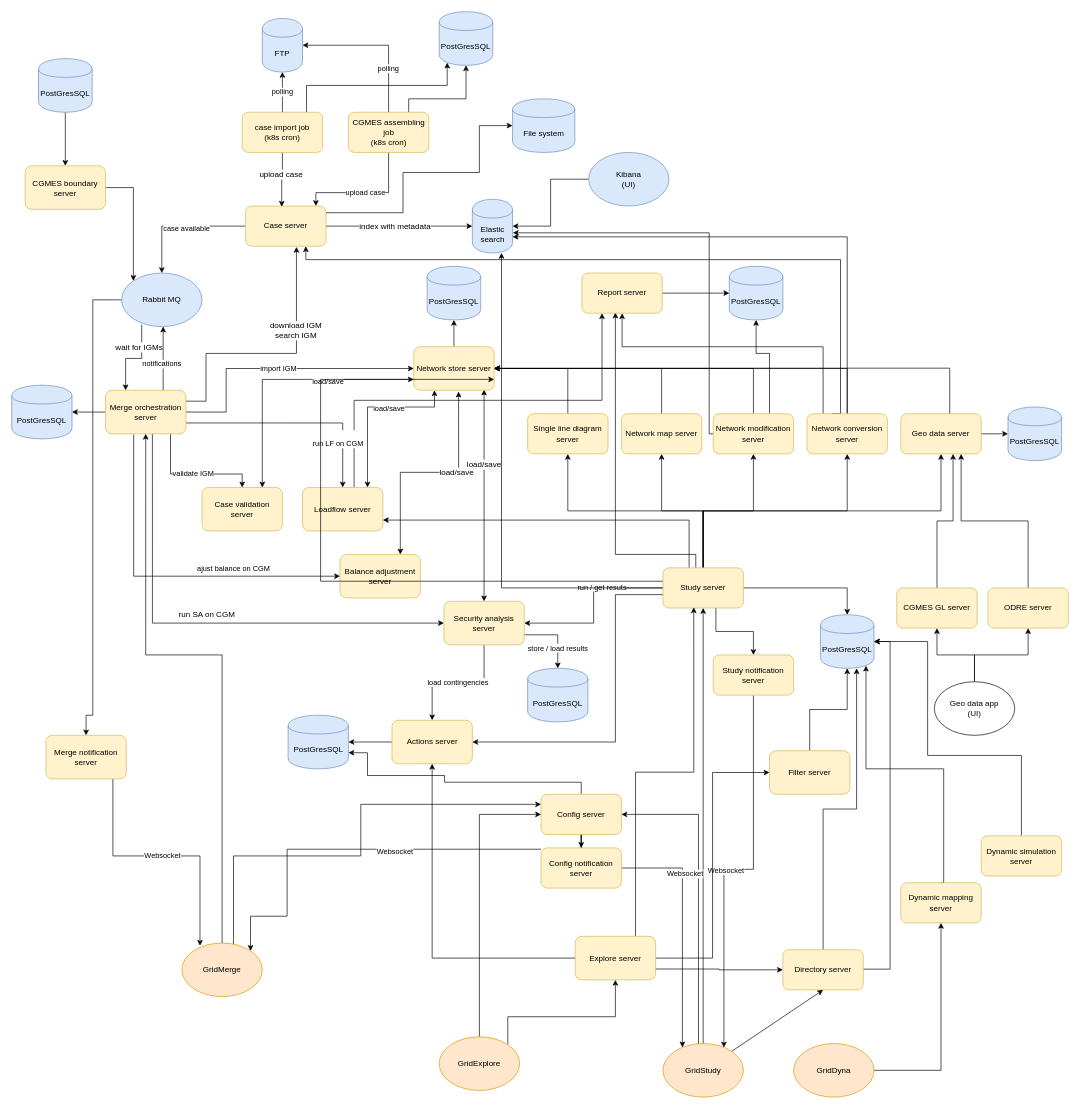
This is diagrams/gridsuite_architecture.drawio from gridsuite/documentation, a draw.io file, before an edit. Source tidied: cells renumbered, new cells numbered last; positions are measured from the earlier drawing's top-left corner, leaving out a move shared by most shapes. Both pictures are drawn from the tidied source at 67%, with x=0, y=0 at pixel (11, 11).
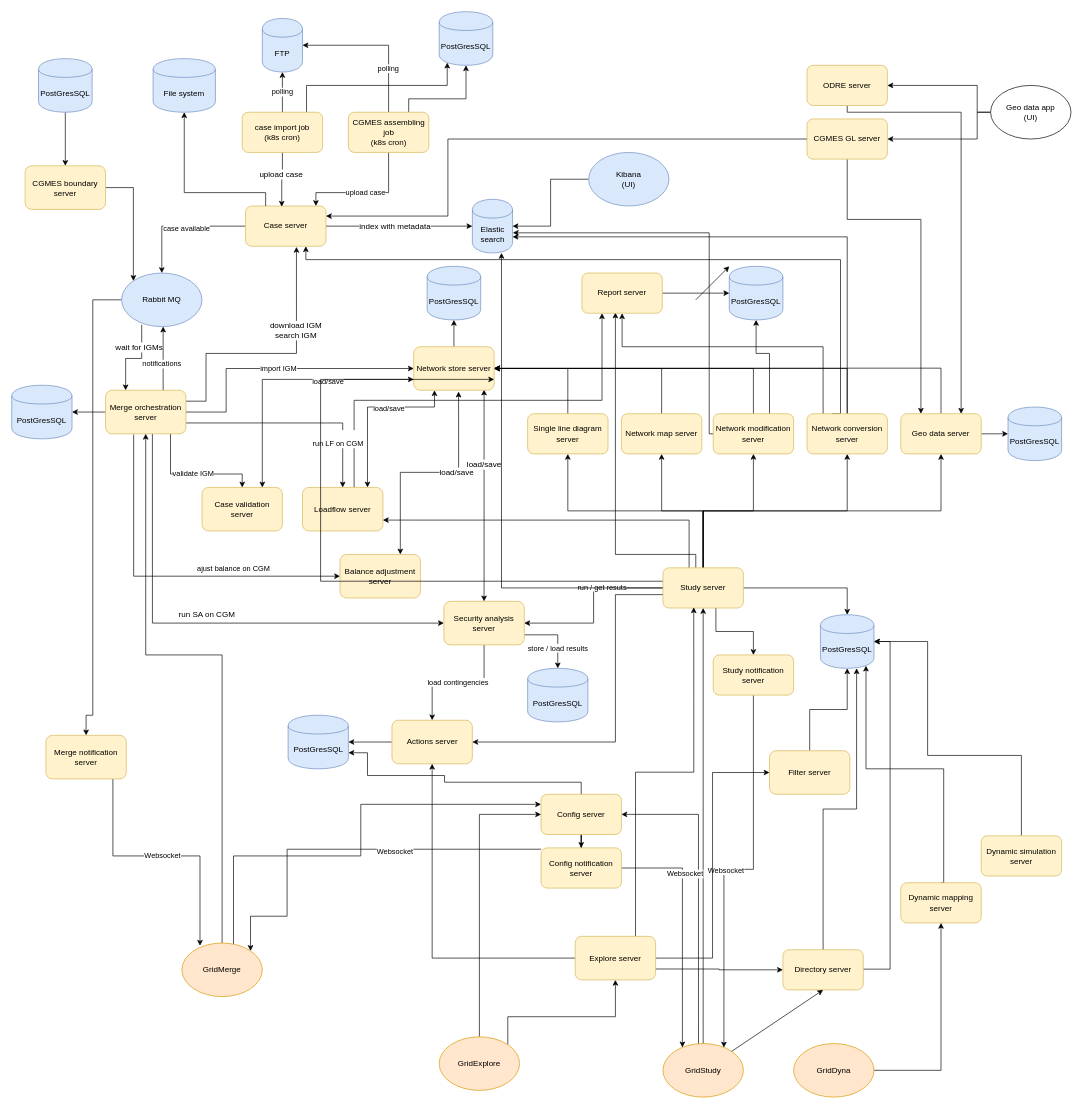
The same page after the edit.

Commit message (it also covers changes not shown here):
docs(): Maj diagram with link between CGMES GL server and case server.

The change refers to these unchanged cells:
```xml
<mxCell id="8" value="Case server" style="rounded=1;whiteSpace=wrap;html=1;fillColor=#fff2cc;strokeColor=#d6b656;" parent="1" vertex="1">
  <mxGeometry x="349" y="290" width="120" height="60" as="geometry" />
</mxCell>
<mxCell id="92" value="Geo data server" style="rounded=1;whiteSpace=wrap;html=1;fillColor=#fff2cc;strokeColor=#d6b656;" parent="1" vertex="1">
  <mxGeometry x="1327" y="600" width="120" height="60" as="geometry" />
</mxCell>
```

The edit, as a diff of the source:
```diff
@@
-    <mxCell id="7" style="edgeStyle=orthogonalEdgeStyle;rounded=0;jettySize=auto;html=1;entryX=0;entryY=0.5;entryDx=0;entryDy=0;" parent="1" edge="1" source="8" target="104">
-      <mxGeometry relative="1" as="geometry">
-        <Array as="points">
-          <mxPoint x="584" y="300" />
-          <mxPoint x="584" y="240" />
-          <mxPoint x="698" y="240" />
-          <mxPoint x="698" y="170" />
-        </Array>
-      </mxGeometry>
-    </mxCell>
@@
-    <mxCell id="90" style="edgeStyle=orthogonalEdgeStyle;rounded=0;orthogonalLoop=1;jettySize=auto;html=1;exitX=0.5;exitY=0;exitDx=0;exitDy=0;" parent="1" edge="1">
+    <mxCell id="90" style="edgeStyle=orthogonalEdgeStyle;rounded=0;jettySize=auto;html=1;exitX=0.5;exitY=0;exitDx=0;exitDy=0;" parent="1" edge="1" source="92">
       <mxGeometry relative="1" as="geometry">
-        <mxPoint x="1400" y="602" as="sourcePoint" />
         <mxPoint x="720" y="532" as="targetPoint" />
         <Array as="points">
-          <mxPoint x="1400" y="532" />
+          <mxPoint x="1387" y="532" />
         </Array>
       </mxGeometry>
     </mxCell>
@@
-    <mxCell id="94" style="edgeStyle=orthogonalEdgeStyle;rounded=0;jettySize=auto;html=1;entryX=0.65;entryY=1;entryDx=0;entryDy=0;entryPerimeter=0;" parent="1" edge="1" source="95" target="92">
-      <mxGeometry relative="1" as="geometry" />
+    <mxCell id="94" style="edgeStyle=orthogonalEdgeStyle;rounded=0;jettySize=auto;html=1;entryX=0.25;entryY=0;entryDx=0;entryDy=0;exitX=0.5;exitY=1;exitDx=0;exitDy=0;" parent="1" edge="1" source="95" target="92">
+      <mxGeometry relative="1" as="geometry">
+        <Array as="points">
+          <mxPoint x="1247" y="310" />
+          <mxPoint x="1357" y="310" />
+        </Array>
+      </mxGeometry>
     </mxCell>
+    <mxCell id="152" style="edgeStyle=orthogonalEdgeStyle;rounded=0;jettySize=auto;html=1;exitX=0;exitY=0.5;exitDx=0;exitDy=0;entryX=1;entryY=0.25;entryDx=0;entryDy=0;" parent="1" edge="1" source="95" target="8">
+      <mxGeometry relative="1" as="geometry">
+        <Array as="points">
+          <mxPoint x="651" y="190" />
+          <mxPoint x="651" y="305" />
+        </Array>
+      </mxGeometry>
+    </mxCell>
     <mxCell id="95" value="CGMES GL server" style="rounded=1;whiteSpace=wrap;html=1;fillColor=#fff2cc;strokeColor=#d6b656;" parent="1" vertex="1">
-      <mxGeometry x="1321" y="860" width="120" height="60" as="geometry" />
+      <mxGeometry x="1187" y="160" width="120" height="60" as="geometry" />
     </mxCell>
-    <mxCell id="96" style="edgeStyle=orthogonalEdgeStyle;rounded=0;jettySize=auto;html=1;entryX=0.75;entryY=1;entryDx=0;entryDy=0;exitX=0.5;exitY=0;exitDx=0;exitDy=0;" parent="1" edge="1" source="97" target="92">
-      <mxGeometry relative="1" as="geometry" />
+    <mxCell id="96" style="edgeStyle=orthogonalEdgeStyle;rounded=0;jettySize=auto;html=1;entryX=0.75;entryY=0;entryDx=0;entryDy=0;exitX=0.5;exitY=1;exitDx=0;exitDy=0;" parent="1" edge="1" source="97" target="92">
+      <mxGeometry relative="1" as="geometry">
+        <Array as="points">
+          <mxPoint x="1247" y="150" />
+          <mxPoint x="1417" y="150" />
+        </Array>
+      </mxGeometry>
     </mxCell>
     <mxCell id="97" value="ODRE server" style="rounded=1;whiteSpace=wrap;html=1;fillColor=#fff2cc;strokeColor=#d6b656;" parent="1" vertex="1">
-      <mxGeometry x="1457" y="860" width="120" height="60" as="geometry" />
+      <mxGeometry x="1187" y="80" width="120" height="60" as="geometry" />
     </mxCell>
-    <mxCell id="98" style="edgeStyle=orthogonalEdgeStyle;rounded=0;jettySize=auto;html=1;" parent="1" edge="1" source="100" target="95">
-      <mxGeometry relative="1" as="geometry" />
+    <mxCell id="98" style="edgeStyle=orthogonalEdgeStyle;rounded=0;jettySize=auto;html=1;entryX=1;entryY=0.5;entryDx=0;entryDy=0;exitX=0;exitY=0.5;exitDx=0;exitDy=0;" parent="1" edge="1" source="100" target="95">
+      <mxGeometry relative="1" as="geometry">
+        <Array as="points">
+          <mxPoint x="1441" y="150" />
+          <mxPoint x="1441" y="190" />
+        </Array>
+      </mxGeometry>
     </mxCell>
-    <mxCell id="99" style="edgeStyle=orthogonalEdgeStyle;rounded=0;jettySize=auto;html=1;entryX=0.5;entryY=1;entryDx=0;entryDy=0;" parent="1" edge="1" source="100" target="97">
-      <mxGeometry relative="1" as="geometry" />
+    <mxCell id="99" style="edgeStyle=orthogonalEdgeStyle;rounded=0;jettySize=auto;html=1;entryX=1;entryY=0.5;entryDx=0;entryDy=0;exitX=0;exitY=0.5;exitDx=0;exitDy=0;" parent="1" edge="1" source="100" target="97">
+      <mxGeometry relative="1" as="geometry">
+        <Array as="points">
+          <mxPoint x="1441" y="150" />
+          <mxPoint x="1441" y="110" />
+        </Array>
+      </mxGeometry>
     </mxCell>
     <mxCell id="100" value="&lt;div&gt;Geo data app &lt;br&gt;&lt;/div&gt;&lt;div&gt;(UI)&lt;/div&gt;" style="ellipse;whiteSpace=wrap;html=1;" parent="1" vertex="1">
-      <mxGeometry x="1377" y="1000" width="120" height="80" as="geometry" />
+      <mxGeometry x="1461" y="110" width="120" height="80" as="geometry" />
     </mxCell>
@@
     <mxCell id="104" value="File system" style="shape=cylinder;whiteSpace=wrap;html=1;boundedLbl=1;backgroundOutline=1;fillColor=#dae8fc;strokeColor=#6c8ebf;" parent="1" vertex="1">
-      <mxGeometry x="747.5" y="130" width="93" height="80" as="geometry" />
+      <mxGeometry x="211" y="70" width="93" height="80" as="geometry" />
     </mxCell>
@@
+    <mxCell id="7" style="endArrow=classic;html=1;rounded=0;entryX=0.5;entryY=1;entryDx=0;entryDy=0;exitX=0.25;exitY=0;exitDx=0;exitDy=0;edgeStyle=orthogonalEdgeStyle;" parent="1" edge="1" source="8" target="104">
+      <mxGeometry relative="1" as="geometry">
+        <Array as="points">
+          <mxPoint x="379" y="270" />
+          <mxPoint x="258" y="270" />
+        </Array>
+      </mxGeometry>
+    </mxCell>
+    <mxCell id="153" style="endArrow=classic;html=1;rounded=0;" parent="1" edge="1">
+      <mxGeometry relative="1" as="geometry">
+        <mxPoint x="1021" y="430" as="sourcePoint" />
+        <mxPoint x="1071" y="380" as="targetPoint" />
+      </mxGeometry>
+    </mxCell>
```
